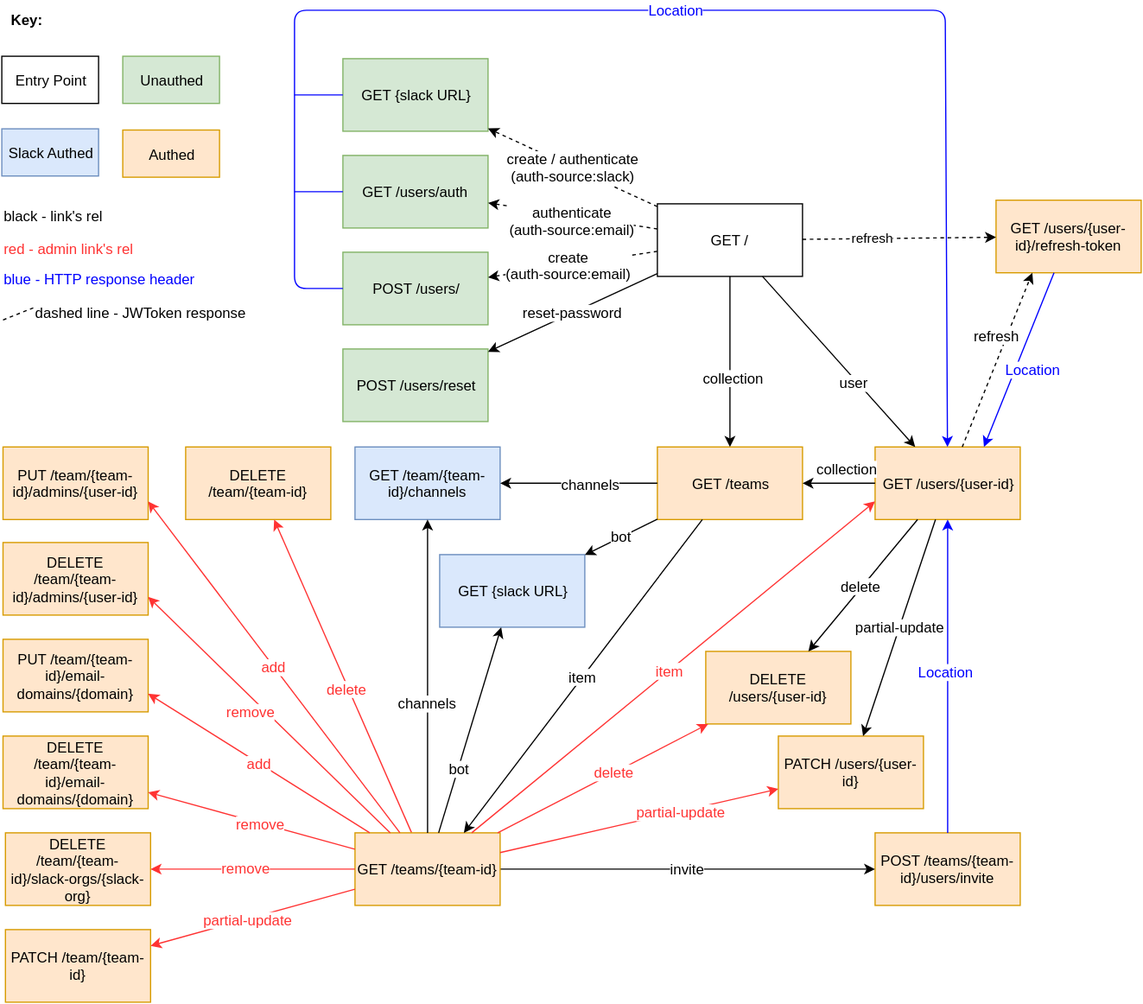
Above: docs/OC-Auth-REST-API.svg in open-company/open-company-auth (draw.io), before the change. Source tidied: cells renumbered, new cells last; positions are measured from the earlier drawing's top-left corner, leaving out a move shared by most shapes.
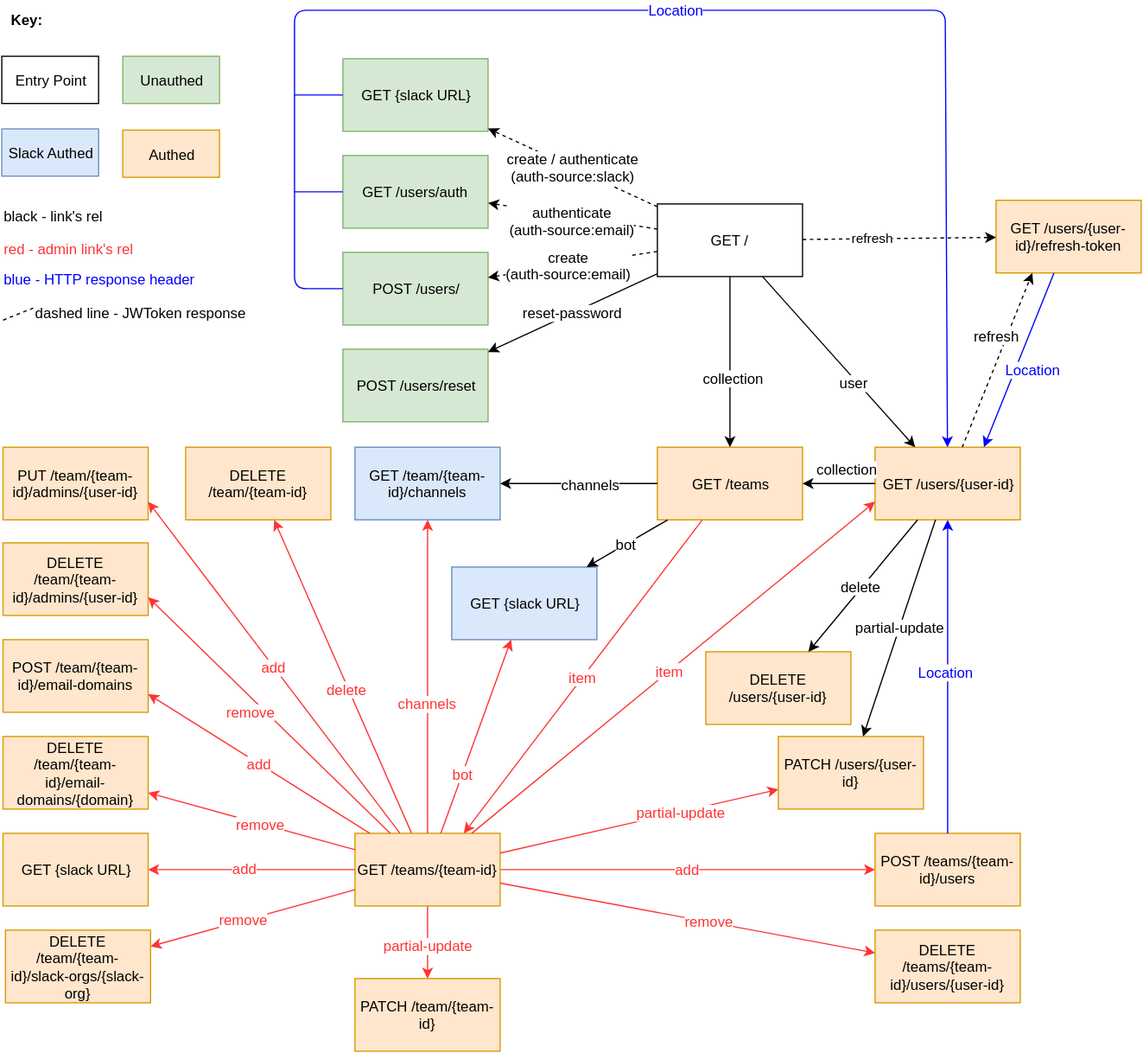
After the change.

The edit, as a diff of the source:
```diff
@@ -40,12 +40,12 @@
       <mxGeometry x="-0.28" relative="1" as="geometry" />
     </mxCell>
     <mxCell id="13" value="&lt;span&gt;GET {slack URL}&lt;/span&gt;" style="whiteSpace=wrap;html=1;fillColor=#dae8fc;strokeColor=#6c8ebf;" parent="1" vertex="1">
-      <mxGeometry x="362" y="452" width="120" height="60" as="geometry" />
+      <mxGeometry x="372" y="462" width="120" height="60" as="geometry" />
     </mxCell>
     <mxCell id="14" value="PATCH /users/{user-id}" style="whiteSpace=wrap;html=1;fillColor=#ffe6cc;strokeColor=#d79b00;" parent="1" vertex="1">
       <mxGeometry x="642" y="602" width="120" height="60" as="geometry" />
     </mxCell>
-    <mxCell id="15" value="&lt;span&gt;POST /teams/{team-id}/users/invite&lt;/span&gt;" style="whiteSpace=wrap;html=1;fillColor=#ffe6cc;strokeColor=#d79b00;" parent="1" vertex="1">
+    <mxCell id="15" value="&lt;span&gt;POST /teams/{team-id}/users&lt;/span&gt;" style="whiteSpace=wrap;html=1;fillColor=#ffe6cc;strokeColor=#d79b00;" parent="1" vertex="1">
       <mxGeometry x="722" y="682" width="120" height="60" as="geometry" />
     </mxCell>
     <mxCell id="16" value="GET /team/{team-id}/channels" style="whiteSpace=wrap;html=1;fillColor=#dae8fc;strokeColor=#6c8ebf;" parent="1" vertex="1">
@@ -78,7 +78,7 @@
     <mxCell id="25" value="delete" style="text;html=1;align=center;verticalAlign=middle;labelBackgroundColor=#ffffff;fontSize=12;fontColor=#FF3333;" parent="24" vertex="1">
       <mxGeometry x="-0.07" y="1" relative="1" as="geometry" />
     </mxCell>
-    <mxCell id="26" value="invite&lt;br&gt;" style="endArrow=classic;html=1;fontSize=12;" parent="1" edge="1" source="40" target="15">
+    <mxCell id="26" value="&lt;font color=&quot;#ff3333&quot;&gt;add&lt;/font&gt;&lt;br&gt;" style="endArrow=classic;html=1;fontSize=12;strokeColor=#FF3333;" parent="1" edge="1" source="40" target="15">
       <mxGeometry relative="1" as="geometry" />
     </mxCell>
     <mxCell id="27" style="endArrow=classic;html=1;dashed=1;entryX=0.25;entryY=1;" parent="1" edge="1" source="20" target="11">
@@ -128,7 +128,7 @@
     <mxCell id="40" value="GET /teams/{team-id}" style="whiteSpace=wrap;html=1;fillColor=#ffe6cc;strokeColor=#d79b00;" parent="1" vertex="1">
       <mxGeometry x="292" y="682" width="120" height="60" as="geometry" />
     </mxCell>
-    <mxCell id="41" value="item" style="endArrow=classic;html=1;fontSize=12;entryX=0.75;entryY=0;" parent="1" edge="1" source="17" target="40">
+    <mxCell id="41" value="&lt;font color=&quot;#ff3333&quot;&gt;item&lt;/font&gt;" style="endArrow=classic;html=1;fontSize=12;entryX=0.75;entryY=0;strokeColor=#FF3333;" parent="1" edge="1" source="17" target="40">
       <mxGeometry relative="1" as="geometry" />
     </mxCell>
     <mxCell id="42" style="endArrow=classic;html=1;fontSize=12;strokeColor=#0000FF;" parent="1" edge="1" source="15" target="20">
@@ -155,14 +155,14 @@
     <mxCell id="49" value="DELETE /team/{team-id}/admins/{user-id}" style="whiteSpace=wrap;html=1;fillColor=#ffe6cc;strokeColor=#d79b00;" parent="1" vertex="1">
       <mxGeometry x="1" y="442" width="120" height="60" as="geometry" />
     </mxCell>
-    <mxCell id="50" value="PUT /team/{team-id}/email-domains/{domain}" style="whiteSpace=wrap;html=1;fillColor=#ffe6cc;strokeColor=#d79b00;" parent="1" vertex="1">
+    <mxCell id="50" value="POST /team/{team-id}/email-domains" style="whiteSpace=wrap;html=1;fillColor=#ffe6cc;strokeColor=#d79b00;" parent="1" vertex="1">
       <mxGeometry x="1" y="522" width="120" height="60" as="geometry" />
     </mxCell>
     <mxCell id="51" value="DELETE /team/{team-id}/email-domains/{domain}" style="whiteSpace=wrap;html=1;fillColor=#ffe6cc;strokeColor=#d79b00;" parent="1" vertex="1">
       <mxGeometry x="1" y="602" width="120" height="60" as="geometry" />
     </mxCell>
     <mxCell id="52" value="DELETE /team/{team-id}/slack-orgs/{slack-org}" style="whiteSpace=wrap;html=1;fillColor=#ffe6cc;strokeColor=#d79b00;" parent="1" vertex="1">
-      <mxGeometry x="3" y="682" width="120" height="60" as="geometry" />
+      <mxGeometry x="3" y="762" width="120" height="60" as="geometry" />
     </mxCell>
     <mxCell id="53" value="add" style="endArrow=classic;html=1;strokeColor=#FF3333;fontSize=12;fontColor=#FF3333;entryX=1;entryY=0.75;" parent="1" edge="1" source="40" target="48">
       <mxGeometry relative="1" as="geometry" />
@@ -234,16 +234,16 @@
         <mxPoint x="12" y="8" as="offset" />
       </mxGeometry>
     </mxCell>
-    <mxCell id="71" style="endArrow=classic;html=1;strokeColor=#FF3333;fontSize=12;fontColor=#000000;" parent="1" edge="1" source="40" target="44">
+    <mxCell id="71" style="endArrow=classic;html=1;strokeColor=#FF3333;fontSize=12;fontColor=#000000;" parent="1" edge="1" source="40" target="88">
       <mxGeometry relative="1" as="geometry" />
     </mxCell>
-    <mxCell id="72" value="delete" style="text;html=1;align=center;verticalAlign=middle;labelBackgroundColor=#ffffff;fontSize=12;fontColor=#FF3333;" parent="71" vertex="1">
+    <mxCell id="72" value="remove" style="text;html=1;align=center;verticalAlign=middle;labelBackgroundColor=#ffffff;fontSize=12;fontColor=#FF3333;" parent="71" vertex="1">
       <mxGeometry x="0.11" y="1" relative="1" as="geometry" />
     </mxCell>
-    <mxCell id="73" style="endArrow=classic;html=1;strokeColor=#000000;fontSize=12;fontColor=#FF3333;" parent="1" edge="1" source="40" target="16">
+    <mxCell id="73" style="endArrow=classic;html=1;strokeColor=#FF3333;fontSize=12;fontColor=#FF3333;" parent="1" edge="1" source="40" target="16">
       <mxGeometry relative="1" as="geometry" />
     </mxCell>
-    <mxCell id="74" value="&lt;font color=&quot;#000000&quot;&gt;channels&lt;/font&gt;" style="text;html=1;align=center;verticalAlign=middle;labelBackgroundColor=#ffffff;fontSize=12;fontColor=#FF3333;" parent="73" vertex="1">
+    <mxCell id="74" value="channels" style="text;html=1;align=center;verticalAlign=middle;labelBackgroundColor=#ffffff;fontSize=12;fontColor=#FF3333;" parent="73" vertex="1">
       <mxGeometry x="-0.16" y="1" relative="1" as="geometry" />
     </mxCell>
     <mxCell id="75" style="endArrow=classic;html=1;strokeColor=#000000;fontSize=12;fontColor=#FF3333;" parent="1" edge="1" source="17" target="16">
@@ -257,10 +257,10 @@
     <mxCell id="77" value="&lt;font color=&quot;#000000&quot;&gt;bot&lt;/font&gt;" style="endArrow=classic;html=1;strokeColor=#000000;fontSize=12;fontColor=#FF3333;" parent="1" edge="1" source="17" target="13">
       <mxGeometry relative="1" as="geometry" />
     </mxCell>
-    <mxCell id="78" style="endArrow=classic;html=1;strokeColor=#000000;fontSize=12;fontColor=#FF3333;" parent="1" edge="1" source="40" target="13">
+    <mxCell id="78" style="endArrow=classic;html=1;strokeColor=#FF3333;fontSize=12;fontColor=#FF3333;" parent="1" edge="1" source="40" target="13">
       <mxGeometry relative="1" as="geometry" />
     </mxCell>
-    <mxCell id="79" value="&lt;font color=&quot;#000000&quot;&gt;bot&lt;/font&gt;" style="text;html=1;align=center;verticalAlign=middle;labelBackgroundColor=#ffffff;fontSize=12;fontColor=#FF3333;" parent="78" vertex="1">
+    <mxCell id="79" value="bot" style="text;html=1;align=center;verticalAlign=middle;labelBackgroundColor=#ffffff;fontSize=12;fontColor=#FF3333;" parent="78" vertex="1">
       <mxGeometry x="-0.36" relative="1" as="geometry">
         <mxPoint y="1" as="offset" />
       </mxGeometry>
@@ -272,7 +272,7 @@
       <mxGeometry x="0.3" relative="1" as="geometry" />
     </mxCell>
     <mxCell id="82" value="PATCH /team/{team-id}" style="whiteSpace=wrap;html=1;fillColor=#ffe6cc;strokeColor=#d79b00;" parent="1" vertex="1">
-      <mxGeometry x="3" y="762" width="120" height="60" as="geometry" />
+      <mxGeometry x="292" y="802" width="120" height="60" as="geometry" />
     </mxCell>
     <mxCell id="83" style="endArrow=classic;html=1;strokeColor=#FF3333;fontSize=12;fontColor=#FF3333;" parent="1" edge="1" source="40" target="82">
       <mxGeometry relative="1" as="geometry" />
@@ -280,5 +280,17 @@
     <mxCell id="84" value="partial-update" style="text;html=1;align=center;verticalAlign=middle;labelBackgroundColor=#ffffff;fontSize=12;fontColor=#FF3333;" parent="83" vertex="1">
       <mxGeometry x="0.05" relative="1" as="geometry" />
     </mxCell>
+    <mxCell id="85" value="GET {slack URL}" style="whiteSpace=wrap;html=1;fillColor=#ffe6cc;strokeColor=#d79b00;" parent="1" vertex="1">
+      <mxGeometry x="1" y="682" width="120" height="60" as="geometry" />
+    </mxCell>
+    <mxCell id="86" style="endArrow=classic;html=1;strokeColor=#FF3333;fontSize=12;fontColor=#FF3333;" parent="1" edge="1" source="40" target="85">
+      <mxGeometry x="11" y="736.6" as="geometry" />
+    </mxCell>
+    <mxCell id="87" value="add" style="text;html=1;align=center;verticalAlign=middle;labelBackgroundColor=#ffffff;fontSize=12;fontColor=#FF3333;" parent="86" vertex="1">
+      <mxGeometry x="0.08" y="-2" relative="1" as="geometry" />
+    </mxCell>
+    <mxCell id="88" value="DELETE /teams/{team-id}/users/{user-id}" style="whiteSpace=wrap;html=1;fillColor=#ffe6cc;strokeColor=#d79b00;" parent="1" vertex="1">
+      <mxGeometry x="722" y="762" width="120" height="60" as="geometry" />
+    </mxCell>
   </root>
 </mxGraphModel>
```
